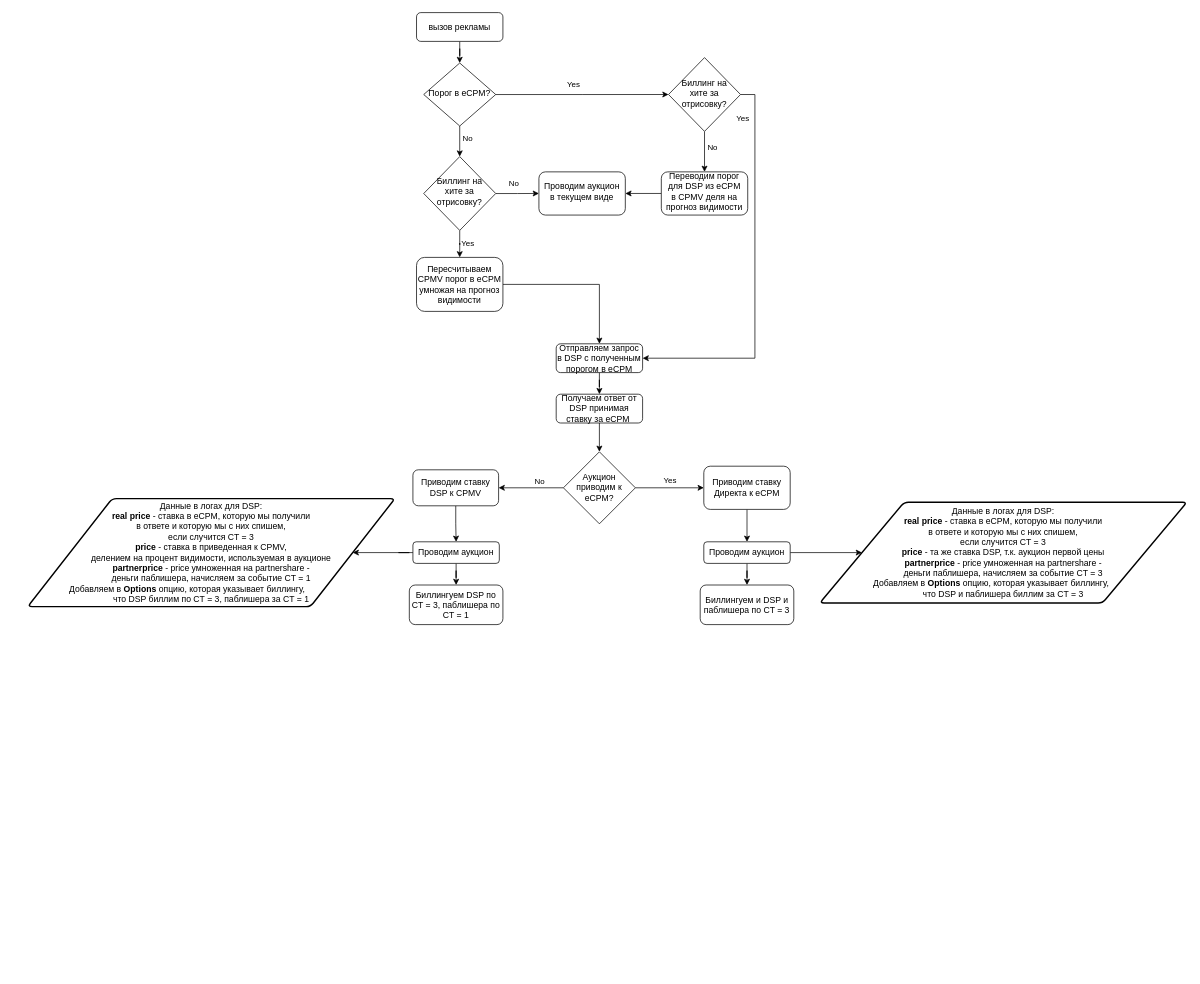
Earlier version of the draw.io diagram Диаграмма без названия.drawio (DarvayS/test). Source tidied: cells renumbered, new cells numbered last; positions are measured from the earlier drawing's top-left corner, leaving out a move shared by most shapes. Both pictures are drawn from the tidied source at 72%, with x=0, y=0 at pixel (27, 12).
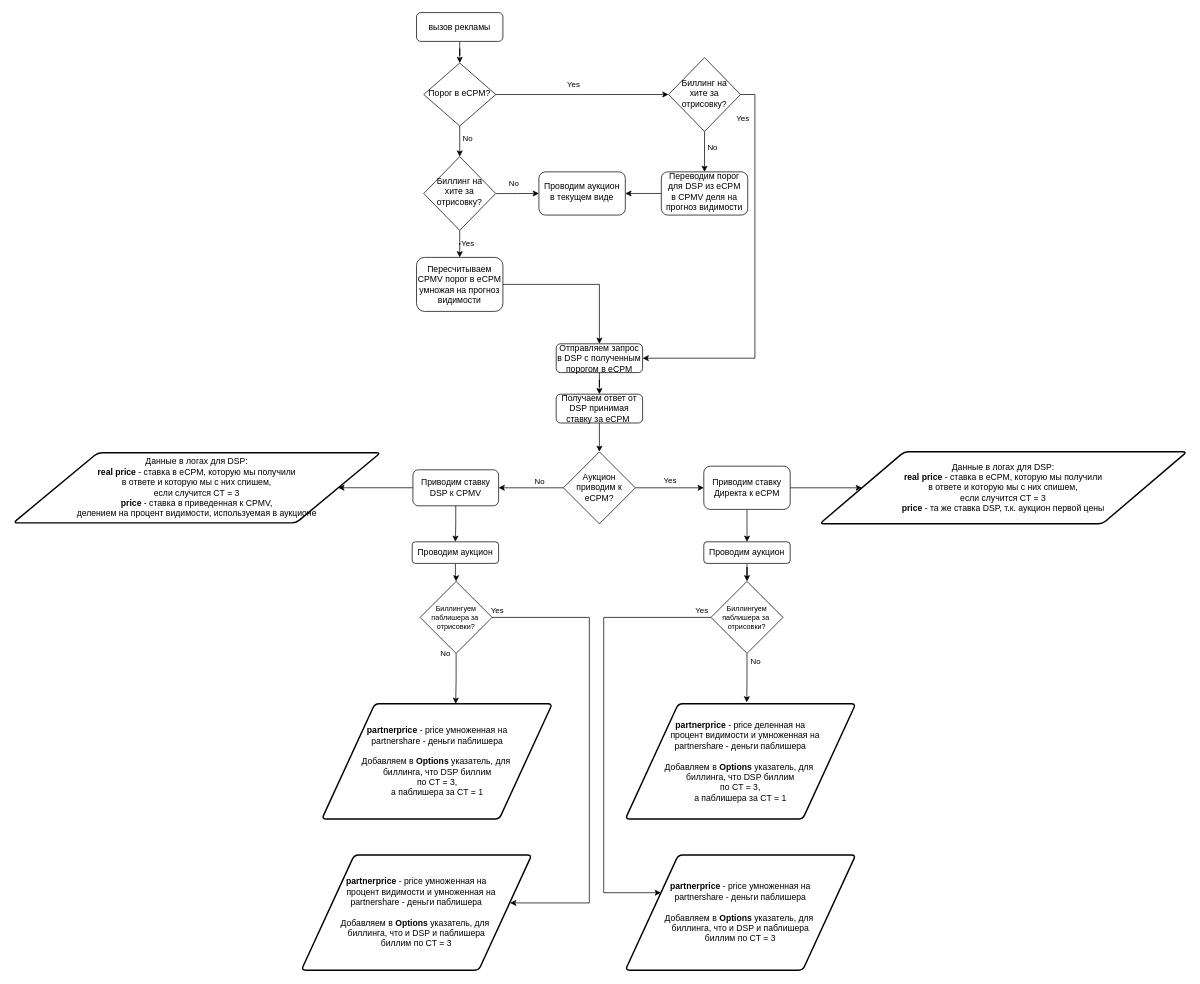
Above is the later version.

Unchanged cells that the change refers to:
```xml
<mxCell id="25" value="Приводим ставку Директа к eCPM" style="rounded=1;whiteSpace=wrap;html=1;strokeWidth=1;" parent="1" vertex="1">
  <mxGeometry x="939" y="630" width="120" height="60" as="geometry" />
</mxCell>
<mxCell id="28" value="Проводим аукцион" style="whiteSpace=wrap;html=1;rounded=1;strokeWidth=1;" parent="1" vertex="1">
  <mxGeometry x="939" y="735" width="120" height="30" as="geometry" />
</mxCell>
<mxCell id="30" value="Приводим ставку DSP к CPMV" style="rounded=1;whiteSpace=wrap;html=1;strokeWidth=1;" parent="1" vertex="1">
  <mxGeometry x="535" y="635" width="119" height="50" as="geometry" />
</mxCell>
```

What changed in the source:
```diff
@@
+    <mxCell id="46" style="edgeStyle=orthogonalEdgeStyle;rounded=0;sketch=0;jettySize=auto;html=1;entryX=0;entryY=0.5;entryDx=0;entryDy=0;fontSize=10;" parent="1" edge="1" source="25" target="45">
+      <mxGeometry relative="1" as="geometry" />
+    </mxCell>
@@
-    <mxCell id="26" style="edgeStyle=orthogonalEdgeStyle;rounded=0;sketch=0;jettySize=auto;html=1;" parent="1" edge="1" source="28" target="42">
-      <mxGeometry relative="1" as="geometry" />
-    </mxCell>
-    <mxCell id="27" style="edgeStyle=orthogonalEdgeStyle;rounded=0;sketch=0;jettySize=auto;html=1;entryX=0;entryY=0.5;entryDx=0;entryDy=0;fontSize=10;" parent="1" edge="1" source="28" target="45">
-      <mxGeometry relative="1" as="geometry" />
-    </mxCell>
+    <mxCell id="47" style="edgeStyle=orthogonalEdgeStyle;rounded=0;sketch=0;jettySize=auto;html=1;entryX=0.5;entryY=0;entryDx=0;entryDy=0;entryPerimeter=0;fontSize=10;" parent="1" edge="1" source="28" target="58">
+      <mxGeometry relative="1" as="geometry" />
+    </mxCell>
@@
+    <mxCell id="48" style="edgeStyle=orthogonalEdgeStyle;rounded=0;sketch=0;jettySize=auto;html=1;entryX=1;entryY=0.5;entryDx=0;entryDy=0;fontSize=10;" parent="1" edge="1" source="30" target="44">
+      <mxGeometry relative="1" as="geometry" />
+    </mxCell>
@@
-    <mxCell id="31" style="edgeStyle=orthogonalEdgeStyle;rounded=0;sketch=0;jettySize=auto;html=1;entryX=0.5;entryY=0;entryDx=0;entryDy=0;" parent="1" edge="1" source="33" target="43">
-      <mxGeometry relative="1" as="geometry" />
-    </mxCell>
-    <mxCell id="32" style="edgeStyle=orthogonalEdgeStyle;rounded=0;sketch=0;jettySize=auto;html=1;entryX=1;entryY=0.5;entryDx=0;entryDy=0;fontSize=10;" parent="1" edge="1" source="33" target="44">
-      <mxGeometry relative="1" as="geometry" />
-    </mxCell>
+    <mxCell id="49" style="edgeStyle=orthogonalEdgeStyle;rounded=0;sketch=0;jettySize=auto;html=1;entryX=0.5;entryY=0;entryDx=0;entryDy=0;entryPerimeter=0;fontSize=10;" parent="1" edge="1" source="33" target="53">
+      <mxGeometry relative="1" as="geometry" />
+    </mxCell>
     <mxCell id="33" value="Проводим аукцион" style="rounded=1;whiteSpace=wrap;html=1;strokeWidth=1;" parent="1" vertex="1">
-      <mxGeometry x="535" y="735" width="120" height="30" as="geometry" />
+      <mxGeometry x="534" y="735" width="120" height="30" as="geometry" />
     </mxCell>
@@
-    <mxCell id="42" value="Биллингуем и DSP и паблишера по CT = 3" style="rounded=1;whiteSpace=wrap;html=1;strokeWidth=1;" parent="1" vertex="1">
-      <mxGeometry x="934" y="795" width="130" height="55" as="geometry" />
-    </mxCell>
-    <mxCell id="43" value="Биллингуем DSP по CT = 3, паблишера по CT = 1" style="rounded=1;whiteSpace=wrap;html=1;strokeWidth=1;" parent="1" vertex="1">
-      <mxGeometry x="530" y="795" width="130" height="55" as="geometry" />
-    </mxCell>
-    <mxCell id="44" value="&lt;font style=&quot;font-size: 12px;&quot;&gt;Данные в логах для DSP: &lt;br&gt;&lt;b&gt;real price&lt;/b&gt; - ставка в eCPM, которую мы получили &lt;br&gt;в ответе и которую мы с них спишем, &lt;br&gt;если случится CT = 3&lt;br&gt;&lt;b&gt;price&lt;/b&gt; - ставка в приведенная к CPMV, &lt;br&gt;делением на процент видимости, используемая в аукционе&lt;br&gt;&lt;b&gt;partnerprice &lt;/b&gt;- price умноженная на partnershare - &lt;br&gt;деньги паблишера, начисляем за событие CT = 1&lt;br&gt;Добавляем в&amp;nbsp;&lt;b style=&quot;border-color: var(--border-color);&quot;&gt;Options&amp;nbsp;&lt;/b&gt;опцию, которая указывает биллингу,&amp;nbsp; &amp;nbsp; &amp;nbsp; &amp;nbsp; &amp;nbsp; &amp;nbsp; &amp;nbsp; &amp;nbsp; &amp;nbsp; &amp;nbsp;&amp;nbsp;&lt;br style=&quot;border-color: var(--border-color);&quot;&gt;что DSP биллим по CT = 3, паблишера за CT = 1&lt;br&gt;&lt;/font&gt;" style="shape=parallelogram;html=1;strokeWidth=2;perimeter=parallelogramPerimeter;whiteSpace=wrap;rounded=1;arcSize=12;size=0.23;" parent="1" vertex="1">
-      <mxGeometry y="675" width="510" height="150" as="geometry" />
+    <mxCell id="44" value="&lt;font style=&quot;font-size: 12px;&quot;&gt;Данные в логах для DSP: &lt;br&gt;&lt;b&gt;real price&lt;/b&gt; - ставка в eCPM, которую мы получили &lt;br&gt;в ответе и которую мы с них спишем, &lt;br&gt;если случится CT = 3&lt;br&gt;&lt;b&gt;price&lt;/b&gt; - ставка в приведенная к CPMV, &lt;br&gt;делением на процент видимости, используемая в аукционе&lt;br&gt;&lt;/font&gt;" style="shape=parallelogram;html=1;strokeWidth=2;perimeter=parallelogramPerimeter;whiteSpace=wrap;rounded=1;arcSize=12;size=0.23;" parent="1" vertex="1">
+      <mxGeometry x="-20" y="611.2" width="510" height="97.5" as="geometry" />
     </mxCell>
-    <mxCell id="45" value="&lt;font style=&quot;font-size: 12px;&quot;&gt;Данные в логах для DSP: &lt;br&gt;&lt;b&gt;real price&lt;/b&gt; - ставка в eCPM, которую мы получили &lt;br&gt;в ответе и которую мы с них спишем, &lt;br&gt;если случится CT = 3&lt;br&gt;&lt;b&gt;price&lt;/b&gt; - та же ставка DSP, т.к. аукцион первой цены&lt;br&gt;&lt;b&gt;partnerprice &lt;/b&gt;- price умноженная на partnershare - &lt;br&gt;деньги паблишера, начисляем за событие CT = 3&lt;br&gt;Добавляем в &lt;b&gt;Options &lt;/b&gt;опцию, которая указывает биллингу,&amp;nbsp; &amp;nbsp; &amp;nbsp; &amp;nbsp; &amp;nbsp;&amp;nbsp;&lt;br&gt;что DSP и паблишера биллим за CT = 3&lt;br&gt;&lt;/font&gt;" style="shape=parallelogram;html=1;strokeWidth=2;perimeter=parallelogramPerimeter;whiteSpace=wrap;rounded=1;arcSize=12;size=0.23;" parent="1" vertex="1">
-      <mxGeometry x="1100" y="680" width="510" height="140" as="geometry" />
+    <mxCell id="45" value="&lt;font style=&quot;font-size: 12px;&quot;&gt;Данные в логах для DSP: &lt;br&gt;&lt;b&gt;real price&lt;/b&gt; - ставка в eCPM, которую мы получили &lt;br&gt;в ответе и которую мы с них спишем, &lt;br&gt;если случится CT = 3&lt;br&gt;&lt;b&gt;price&lt;/b&gt; - та же ставка DSP, т.к. аукцион первой цены&lt;br&gt;&lt;/font&gt;" style="shape=parallelogram;html=1;strokeWidth=2;perimeter=parallelogramPerimeter;whiteSpace=wrap;rounded=1;arcSize=12;size=0.23;" parent="1" vertex="1">
+      <mxGeometry x="1100" y="610" width="510" height="100" as="geometry" />
     </mxCell>
+    <mxCell id="50" value="No" style="edgeStyle=orthogonalEdgeStyle;rounded=0;sketch=0;jettySize=auto;html=1;entryX=0.581;entryY=0;entryDx=0;entryDy=0;entryPerimeter=0;fontSize=11;" parent="1" edge="1" source="53" target="59">
+      <mxGeometry x="-1" y="-15" relative="1" as="geometry" />
+    </mxCell>
+    <mxCell id="51" style="edgeStyle=orthogonalEdgeStyle;rounded=0;sketch=0;jettySize=auto;html=1;entryX=0.906;entryY=0.416;entryDx=0;entryDy=0;fontSize=11;entryPerimeter=0;" parent="1" edge="1" source="53" target="61">
+      <mxGeometry relative="1" as="geometry">
+        <Array as="points">
+          <mxPoint x="780" y="840" />
+          <mxPoint x="780" y="1237" />
+        </Array>
+      </mxGeometry>
+    </mxCell>
+    <mxCell id="52" value="Yes" style="edgeLabel;html=1;align=center;verticalAlign=middle;fontSize=11;" parent="51" vertex="1">
+      <mxGeometry x="-0.95" y="1" relative="1" as="geometry">
+        <mxPoint x="-10" y="-9" as="offset" />
+      </mxGeometry>
+    </mxCell>
+    <mxCell id="53" value="Биллингуем паблишера за&amp;nbsp;&lt;br style=&quot;border-color: var(--border-color);&quot;&gt;отрисовки?" style="strokeWidth=1;html=1;shape=mxgraph.flowchart.decision;whiteSpace=wrap;fontSize=10;" parent="1" vertex="1">
+      <mxGeometry x="545" y="790" width="100" height="100" as="geometry" />
+    </mxCell>
+    <mxCell id="54" style="edgeStyle=orthogonalEdgeStyle;rounded=0;sketch=0;jettySize=auto;html=1;entryX=0.527;entryY=-0.012;entryDx=0;entryDy=0;entryPerimeter=0;fontSize=11;" parent="1" edge="1" source="58" target="60">
+      <mxGeometry relative="1" as="geometry" />
+    </mxCell>
+    <mxCell id="55" value="No" style="edgeLabel;html=1;align=center;verticalAlign=middle;fontSize=11;" parent="54" vertex="1">
+      <mxGeometry x="-0.53" y="-1" relative="1" as="geometry">
+        <mxPoint x="12" y="-6" as="offset" />
+      </mxGeometry>
+    </mxCell>
+    <mxCell id="56" style="edgeStyle=orthogonalEdgeStyle;rounded=0;sketch=0;jettySize=auto;html=1;entryX=0;entryY=0.25;entryDx=0;entryDy=0;fontSize=11;" parent="1" edge="1" source="58" target="62">
+      <mxGeometry relative="1" as="geometry">
+        <Array as="points">
+          <mxPoint x="800" y="840" />
+          <mxPoint x="800" y="1222" />
+        </Array>
+      </mxGeometry>
+    </mxCell>
+    <mxCell id="57" value="Yes" style="edgeLabel;html=1;align=center;verticalAlign=middle;fontSize=11;" parent="56" vertex="1">
+      <mxGeometry x="-0.87" y="-2" relative="1" as="geometry">
+        <mxPoint x="26" y="-8" as="offset" />
+      </mxGeometry>
+    </mxCell>
+    <mxCell id="58" value="Биллингуем паблишера за&amp;nbsp;&lt;br&gt;отрисовки?" style="strokeWidth=1;html=1;shape=mxgraph.flowchart.decision;whiteSpace=wrap;fontSize=10;" parent="1" vertex="1">
+      <mxGeometry x="949" y="790" width="100" height="100" as="geometry" />
+    </mxCell>
+    <mxCell id="59" value="&lt;b style=&quot;border-color: var(--border-color); font-size: 12px;&quot;&gt;partnerprice&amp;nbsp;&lt;/b&gt;&lt;span style=&quot;font-size: 12px;&quot;&gt;- price умноженная на &lt;br&gt;partnershare - д&lt;/span&gt;&lt;span style=&quot;font-size: 12px;&quot;&gt;еньги паблишера&lt;br&gt;&lt;/span&gt;&lt;span style=&quot;border-color: var(--border-color); font-size: 12px;&quot;&gt;&lt;br&gt;Добавляем в&amp;nbsp;&lt;/span&gt;&lt;b style=&quot;border-color: var(--border-color); font-size: 12px;&quot;&gt;Options &lt;/b&gt;&lt;span style=&quot;border-color: var(--border-color); font-size: 12px;&quot;&gt;указатель&lt;/span&gt;&lt;span style=&quot;border-color: var(--border-color); font-size: 12px;&quot;&gt;, для&amp;nbsp;&lt;br&gt;биллинга,&amp;nbsp;&lt;/span&gt;&lt;span style=&quot;border-color: var(--border-color); font-size: 12px;&quot;&gt;что DSP биллим&lt;br style=&quot;border-color: var(--border-color);&quot;&gt;по CT = 3,&lt;br style=&quot;border-color: var(--border-color);&quot;&gt;а паблишера за CT = 1&lt;/span&gt;&lt;span style=&quot;font-size: 12px;&quot;&gt;&lt;br&gt;&lt;/span&gt;" style="shape=parallelogram;html=1;strokeWidth=2;perimeter=parallelogramPerimeter;whiteSpace=wrap;rounded=1;arcSize=12;size=0.23;fontSize=11;" parent="1" vertex="1">
+      <mxGeometry x="408.5" y="960" width="320" height="160" as="geometry" />
+    </mxCell>
+    <mxCell id="60" value="&lt;b style=&quot;border-color: var(--border-color); font-size: 12px;&quot;&gt;partnerprice&amp;nbsp;&lt;/b&gt;&lt;span style=&quot;font-size: 12px;&quot;&gt;- price деленная на &lt;br&gt;&amp;nbsp; &amp;nbsp; процент видимости и умноженная на &lt;br&gt;partnershare - д&lt;/span&gt;&lt;span style=&quot;font-size: 12px;&quot;&gt;еньги паблишера&lt;br&gt;&lt;/span&gt;&lt;span style=&quot;border-color: var(--border-color); font-size: 12px;&quot;&gt;&lt;br&gt;Добавляем в&amp;nbsp;&lt;/span&gt;&lt;b style=&quot;border-color: var(--border-color); font-size: 12px;&quot;&gt;Options &lt;/b&gt;&lt;span style=&quot;border-color: var(--border-color); font-size: 12px;&quot;&gt;указатель&lt;/span&gt;&lt;span style=&quot;border-color: var(--border-color); font-size: 12px;&quot;&gt;, для&amp;nbsp;&lt;br&gt;биллинга,&amp;nbsp;&lt;/span&gt;&lt;span style=&quot;border-color: var(--border-color); font-size: 12px;&quot;&gt;что DSP биллим&lt;br style=&quot;border-color: var(--border-color);&quot;&gt;по CT = 3,&lt;br style=&quot;border-color: var(--border-color);&quot;&gt;а паблишера за CT = 1&lt;/span&gt;&lt;span style=&quot;font-size: 12px;&quot;&gt;&lt;br&gt;&lt;/span&gt;" style="shape=parallelogram;html=1;strokeWidth=2;perimeter=parallelogramPerimeter;whiteSpace=wrap;rounded=1;arcSize=12;size=0.23;fontSize=11;" parent="1" vertex="1">
+      <mxGeometry x="830" y="960" width="320" height="160" as="geometry" />
+    </mxCell>
+    <mxCell id="61" value="&lt;b style=&quot;border-color: var(--border-color); font-size: 12px;&quot;&gt;partnerprice&amp;nbsp;&lt;/b&gt;&lt;span style=&quot;border-color: var(--border-color); font-size: 12px;&quot;&gt;- price умноженная на&lt;br style=&quot;border-color: var(--border-color);&quot;&gt;&amp;nbsp; &amp;nbsp; процент видимости и умноженная на&lt;br style=&quot;border-color: var(--border-color);&quot;&gt;partnershare - д&lt;/span&gt;&lt;span style=&quot;border-color: var(--border-color); font-size: 12px;&quot;&gt;еньги паблишера&lt;br style=&quot;border-color: var(--border-color);&quot;&gt;&lt;/span&gt;&lt;span style=&quot;border-color: var(--border-color); font-size: 12px;&quot;&gt;&lt;br&gt;Добавляем в&amp;nbsp;&lt;/span&gt;&lt;b style=&quot;border-color: var(--border-color); font-size: 12px;&quot;&gt;Options &lt;/b&gt;&lt;span style=&quot;border-color: var(--border-color); font-size: 12px;&quot;&gt;указатель&lt;/span&gt;&lt;span style=&quot;border-color: var(--border-color); font-size: 12px;&quot;&gt;, для&amp;nbsp;&lt;br&gt;биллинга,&amp;nbsp;&lt;/span&gt;&lt;span style=&quot;border-color: var(--border-color); font-size: 12px;&quot;&gt;что и DSP и паблишера&lt;br&gt;&lt;/span&gt;&lt;span style=&quot;font-size: 12px;&quot;&gt;биллим по CT = 3&lt;br&gt;&lt;/span&gt;" style="shape=parallelogram;html=1;strokeWidth=2;perimeter=parallelogramPerimeter;whiteSpace=wrap;rounded=1;arcSize=12;size=0.23;fontSize=11;" parent="1" vertex="1">
+      <mxGeometry x="380" y="1170" width="320" height="160" as="geometry" />
+    </mxCell>
+    <mxCell id="62" value="&lt;b style=&quot;border-color: var(--border-color); font-size: 12px;&quot;&gt;partnerprice&amp;nbsp;&lt;/b&gt;&lt;span style=&quot;font-size: 12px;&quot;&gt;- price умноженная на &lt;br&gt;partnershare - д&lt;/span&gt;&lt;span style=&quot;font-size: 12px;&quot;&gt;еньги паблишера&lt;br&gt;&lt;/span&gt;&lt;span style=&quot;border-color: var(--border-color); font-size: 12px;&quot;&gt;&lt;br&gt;&lt;/span&gt;&lt;span style=&quot;border-color: var(--border-color); font-size: 12px;&quot;&gt;Добавляем в&amp;nbsp;&lt;/span&gt;&lt;b style=&quot;border-color: var(--border-color); font-size: 12px;&quot;&gt;Options&amp;nbsp;&lt;/b&gt;&lt;span style=&quot;border-color: var(--border-color); font-size: 12px;&quot;&gt;указатель&lt;/span&gt;&lt;span style=&quot;border-color: var(--border-color); font-size: 12px;&quot;&gt;, для&amp;nbsp;&lt;br style=&quot;border-color: var(--border-color);&quot;&gt;биллинга,&amp;nbsp;&lt;/span&gt;&lt;span style=&quot;border-color: var(--border-color); font-size: 12px;&quot;&gt;что и DSP и паблишера&lt;br style=&quot;border-color: var(--border-color);&quot;&gt;&lt;/span&gt;&lt;span style=&quot;border-color: var(--border-color); font-size: 12px;&quot;&gt;биллим по CT = 3&lt;/span&gt;&lt;span style=&quot;font-size: 12px;&quot;&gt;&lt;br&gt;&lt;/span&gt;" style="shape=parallelogram;html=1;strokeWidth=2;perimeter=parallelogramPerimeter;whiteSpace=wrap;rounded=1;arcSize=12;size=0.23;fontSize=11;" parent="1" vertex="1">
+      <mxGeometry x="830" y="1170" width="320" height="160" as="geometry" />
+    </mxCell>
```
